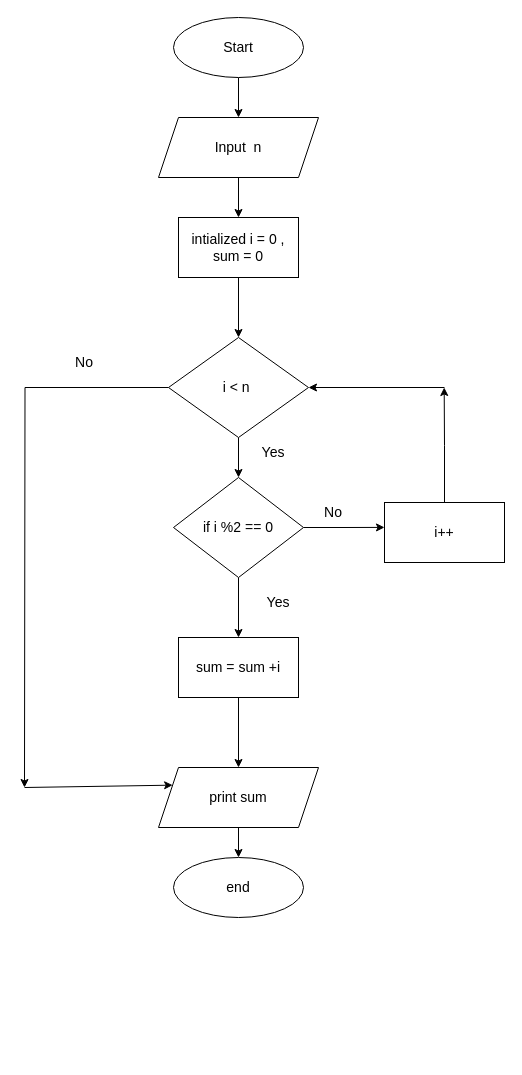
Earlier version of the draw.io diagram sum of all the even numbers.drawio (yukta22/Flow_Chart). Source tidied: cells renumbered, new cells numbered last; positions are measured from the earlier drawing's top-left corner, leaving out a move shared by most shapes. Both pictures are drawn from the tidied source at 100%, with x=0, y=0 at pixel (24, 17).
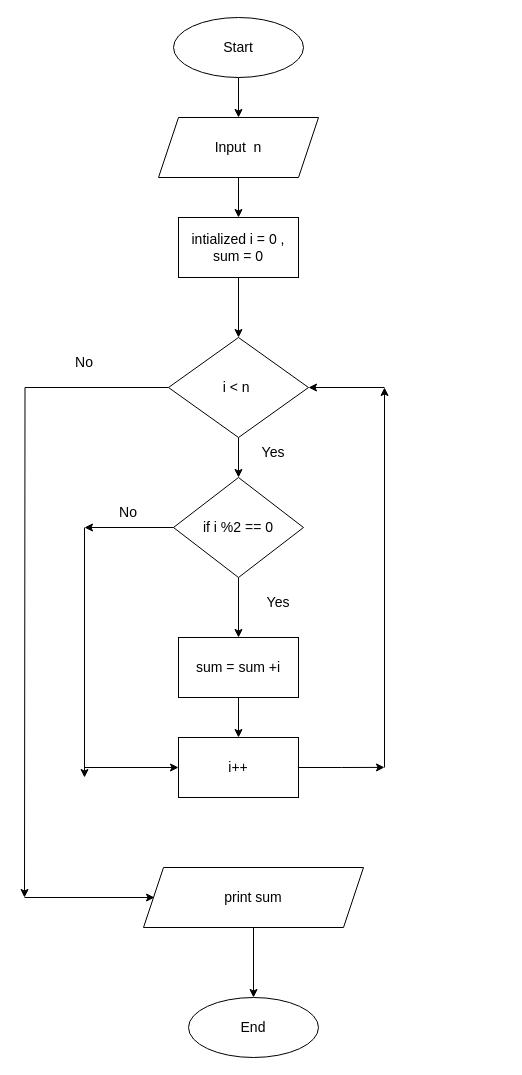
Above is the later version.

The change refers to these unchanged cells:
```xml
<mxCell id="8" value="i &amp;lt; n&amp;nbsp;" style="rhombus;whiteSpace=wrap;html=1;fontSize=14;" parent="1" vertex="1">
  <mxGeometry x="144" y="320" width="140" height="100" as="geometry" />
</mxCell>
<mxCell id="13" value="if i %2 == 0" style="rhombus;whiteSpace=wrap;html=1;fontSize=14;" parent="1" vertex="1">
  <mxGeometry x="149" y="460" width="130" height="100" as="geometry" />
</mxCell>
<mxCell id="15" value="sum = sum +i" style="rounded=0;whiteSpace=wrap;html=1;fontSize=14;" parent="1" vertex="1">
  <mxGeometry x="154" y="620" width="120" height="60" as="geometry" />
</mxCell>
```

Diff of the diagram source:
```diff
@@
     <mxCell id="7" style="edgeStyle=orthogonalEdgeStyle;rounded=0;jettySize=auto;html=1;exitX=0;exitY=0.5;exitDx=0;exitDy=0;fontSize=14;" parent="1" edge="1" source="8">
       <mxGeometry relative="1" as="geometry">
-        <mxPoint y="770" as="targetPoint" />
+        <mxPoint y="880" as="targetPoint" />
       </mxGeometry>
     </mxCell>
@@
-    <mxCell id="12" style="edgeStyle=orthogonalEdgeStyle;rounded=0;jettySize=auto;html=1;exitX=1;exitY=0.5;exitDx=0;exitDy=0;fontSize=14;" parent="1" edge="1" source="13">
-      <mxGeometry relative="1" as="geometry">
-        <mxPoint x="360" y="509.9" as="targetPoint" />
-      </mxGeometry>
-    </mxCell>
@@
-    <mxCell id="14" style="edgeStyle=orthogonalEdgeStyle;rounded=0;jettySize=auto;html=1;exitX=0.5;exitY=1;exitDx=0;exitDy=0;entryX=0.5;entryY=0;entryDx=0;entryDy=0;fontSize=14;" parent="1" edge="1" source="15" target="23">
-      <mxGeometry relative="1" as="geometry" />
-    </mxCell>
+    <mxCell id="27" style="edgeStyle=orthogonalEdgeStyle;rounded=0;jettySize=auto;html=1;exitX=0.5;exitY=1;exitDx=0;exitDy=0;entryX=0.5;entryY=0;entryDx=0;entryDy=0;fontSize=14;" parent="1" edge="1" source="15" target="17">
+      <mxGeometry relative="1" as="geometry" />
+    </mxCell>
@@
-    <mxCell id="16" style="edgeStyle=orthogonalEdgeStyle;rounded=0;jettySize=auto;html=1;exitX=0.5;exitY=0;exitDx=0;exitDy=0;fontSize=14;" parent="1" edge="1" source="17">
-      <mxGeometry relative="1" as="geometry">
-        <mxPoint x="419.7" y="370" as="targetPoint" />
-      </mxGeometry>
-    </mxCell>
-    <mxCell id="17" value="i++" style="rounded=0;whiteSpace=wrap;html=1;fontSize=14;" parent="1" vertex="1">
-      <mxGeometry x="360" y="485" width="120" height="60" as="geometry" />
-    </mxCell>
-    <mxCell id="18" style="endArrow=classic;html=1;rounded=0;fontSize=14;entryX=1;entryY=0.5;entryDx=0;entryDy=0;" parent="1" edge="1" target="8">
-      <mxGeometry relative="1" as="geometry">
-        <mxPoint x="420" y="370" as="sourcePoint" />
-      </mxGeometry>
-    </mxCell>
@@
+    <mxCell id="25" value="No" style="text;strokeColor=none;align=center;fillColor=none;html=1;verticalAlign=middle;whiteSpace=wrap;rounded=0;fontSize=14;" parent="1" vertex="1">
+      <mxGeometry x="30" y="330" width="60" height="30" as="geometry" />
+    </mxCell>
+    <mxCell id="28" style="edgeStyle=orthogonalEdgeStyle;rounded=0;jettySize=auto;html=1;exitX=1;exitY=0.5;exitDx=0;exitDy=0;fontSize=14;" parent="1" edge="1" source="17">
+      <mxGeometry relative="1" as="geometry">
+        <mxPoint x="360" y="749.9" as="targetPoint" />
+      </mxGeometry>
+    </mxCell>
+    <mxCell id="17" value="i++" style="rounded=0;whiteSpace=wrap;html=1;fontSize=14;" parent="1" vertex="1">
+      <mxGeometry x="154" y="720" width="120" height="60" as="geometry" />
+    </mxCell>
+    <mxCell id="29" style="edgeStyle=orthogonalEdgeStyle;rounded=0;jettySize=auto;html=1;exitX=0.5;exitY=1;exitDx=0;exitDy=0;fontSize=14;" parent="1" edge="1" source="23" target="31">
+      <mxGeometry relative="1" as="geometry" />
+    </mxCell>
+    <mxCell id="23" value="print sum" style="shape=parallelogram;perimeter=parallelogramPerimeter;whiteSpace=wrap;html=1;fixedSize=1;fontSize=14;" parent="1" vertex="1">
+      <mxGeometry x="119" y="850" width="220" height="60" as="geometry" />
+    </mxCell>
+    <mxCell id="30" style="endArrow=classic;html=1;rounded=0;fontSize=14;" parent="1" edge="1">
+      <mxGeometry relative="1" as="geometry">
+        <mxPoint y="880" as="sourcePoint" />
+        <mxPoint x="130" y="880" as="targetPoint" />
+      </mxGeometry>
+    </mxCell>
+    <mxCell id="31" value="&lt;span style=&quot;font-size: 14px;&quot;&gt;End&lt;/span&gt;" style="ellipse;whiteSpace=wrap;html=1;" parent="1" vertex="1">
+      <mxGeometry x="164" y="980" width="130" height="60" as="geometry" />
+    </mxCell>
+    <mxCell id="32" style="endArrow=classic;html=1;rounded=0;fontSize=14;" parent="1" edge="1">
+      <mxGeometry relative="1" as="geometry">
+        <mxPoint x="360" y="750" as="sourcePoint" />
+        <mxPoint x="360" y="370" as="targetPoint" />
+      </mxGeometry>
+    </mxCell>
+    <mxCell id="33" style="endArrow=classic;html=1;rounded=0;fontSize=14;" parent="1" edge="1" target="8">
+      <mxGeometry relative="1" as="geometry">
+        <mxPoint x="360" y="370" as="sourcePoint" />
+      </mxGeometry>
+    </mxCell>
+    <mxCell id="34" style="endArrow=classic;html=1;rounded=0;fontSize=14;exitX=0;exitY=0.5;exitDx=0;exitDy=0;" parent="1" edge="1" source="13">
+      <mxGeometry relative="1" as="geometry">
+        <mxPoint x="60" y="510" as="targetPoint" />
+      </mxGeometry>
+    </mxCell>
+    <mxCell id="35" style="endArrow=classic;html=1;rounded=0;fontSize=14;" parent="1" edge="1">
+      <mxGeometry relative="1" as="geometry">
+        <mxPoint x="60" y="510" as="sourcePoint" />
+        <mxPoint x="60" y="760" as="targetPoint" />
+      </mxGeometry>
+    </mxCell>
+    <mxCell id="36" style="endArrow=classic;html=1;rounded=0;fontSize=14;entryX=0;entryY=0.5;entryDx=0;entryDy=0;" parent="1" edge="1" target="17">
+      <mxGeometry relative="1" as="geometry">
+        <mxPoint x="60" y="750" as="sourcePoint" />
+      </mxGeometry>
+    </mxCell>
     <mxCell id="21" value="No" style="text;strokeColor=none;align=center;fillColor=none;html=1;verticalAlign=middle;whiteSpace=wrap;rounded=0;fontSize=14;" parent="1" vertex="1">
-      <mxGeometry x="279" y="480" width="60" height="30" as="geometry" />
+      <mxGeometry x="74" y="480" width="60" height="30" as="geometry" />
     </mxCell>
-    <mxCell id="22" style="edgeStyle=orthogonalEdgeStyle;rounded=0;jettySize=auto;html=1;exitX=0.5;exitY=1;exitDx=0;exitDy=0;entryX=0.5;entryY=0;entryDx=0;entryDy=0;fontSize=14;" parent="1" edge="1" source="23" target="26">
-      <mxGeometry relative="1" as="geometry" />
-    </mxCell>
-    <mxCell id="23" value="print sum" style="shape=parallelogram;perimeter=parallelogramPerimeter;whiteSpace=wrap;html=1;fixedSize=1;fontSize=14;" parent="1" vertex="1">
-      <mxGeometry x="134" y="750" width="160" height="60" as="geometry" />
-    </mxCell>
-    <mxCell id="24" style="endArrow=classic;html=1;rounded=0;fontSize=14;entryX=0;entryY=0.25;entryDx=0;entryDy=0;" parent="1" edge="1" target="23">
-      <mxGeometry relative="1" as="geometry">
-        <mxPoint y="770" as="sourcePoint" />
-      </mxGeometry>
-    </mxCell>
-    <mxCell id="25" value="No" style="text;strokeColor=none;align=center;fillColor=none;html=1;verticalAlign=middle;whiteSpace=wrap;rounded=0;fontSize=14;" parent="1" vertex="1">
-      <mxGeometry x="30" y="330" width="60" height="30" as="geometry" />
-    </mxCell>
-    <mxCell id="26" value="&lt;font style=&quot;font-size: 14px;&quot;&gt;end&lt;/font&gt;" style="ellipse;whiteSpace=wrap;html=1;" parent="1" vertex="1">
-      <mxGeometry x="149" y="840" width="130" height="60" as="geometry" />
-    </mxCell>
```
